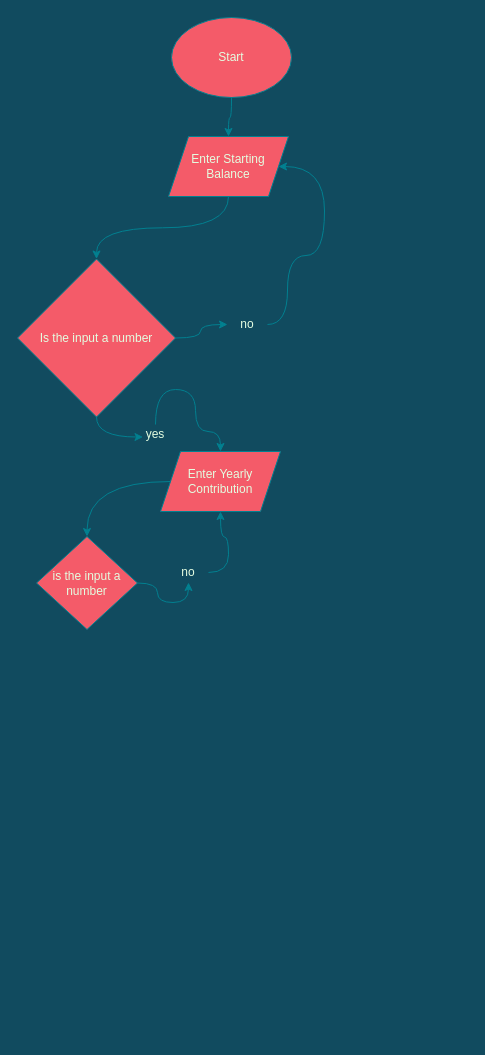
This is AdvFlowChart.drawio from WilsonTalentCenter/advpseudoflow-at1020, a draw.io file, before an edit. Source tidied: cells renumbered, new cells numbered last; positions are measured from the earlier drawing's top-left corner, leaving out a move shared by most shapes. Both pictures are drawn from the tidied source at 100%, with x=0, y=0 at pixel (17, 17).
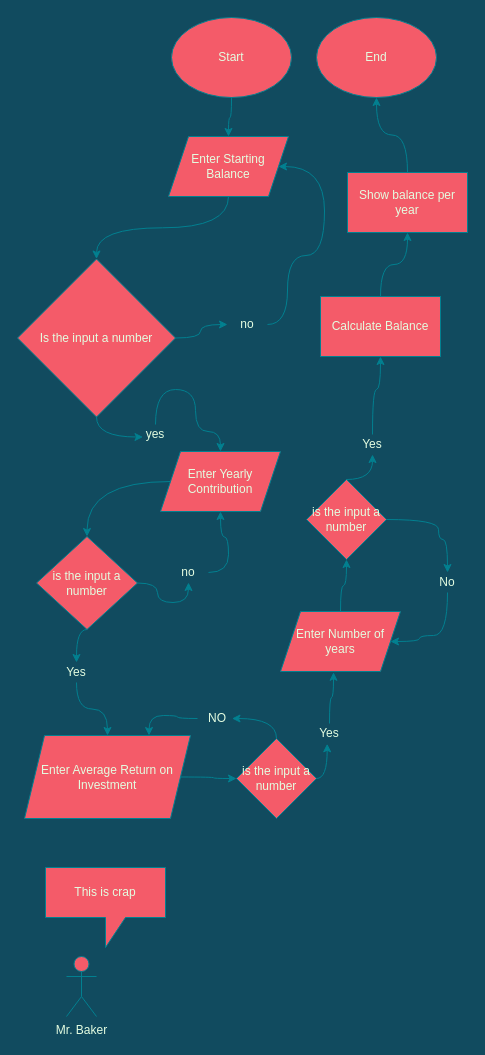
The same diagram, later.

Unchanged cells that the change refers to:
```xml
<mxCell id="12" value="is the input a number" style="rhombus;whiteSpace=wrap;html=1;strokeColor=#028090;fillColor=#F45B69;fontColor=#E4FDE1;" parent="1" vertex="1">
  <mxGeometry x="19" y="519" width="101" height="93" as="geometry" />
</mxCell>
```

The edit, as a diff of the source:
```diff
@@
+    <mxCell id="19" style="edgeStyle=orthogonalEdgeStyle;curved=1;rounded=1;jettySize=auto;html=1;exitX=0.5;exitY=1;exitDx=0;exitDy=0;entryX=0.5;entryY=0;entryDx=0;entryDy=0;strokeColor=#028090;fillColor=#F45B69;fontColor=#E4FDE1;" parent="1" edge="1" source="22" target="21">
+      <mxGeometry relative="1" as="geometry" />
+    </mxCell>
@@
+    <mxCell id="20" style="edgeStyle=orthogonalEdgeStyle;curved=1;rounded=1;jettySize=auto;html=1;exitX=1;exitY=0.5;exitDx=0;exitDy=0;entryX=0;entryY=0.5;entryDx=0;entryDy=0;strokeColor=#028090;fillColor=#F45B69;fontColor=#E4FDE1;" parent="1" edge="1" source="21" target="26">
+      <mxGeometry relative="1" as="geometry" />
+    </mxCell>
+    <mxCell id="21" value="Enter Average Return on Investment" style="shape=parallelogram;perimeter=parallelogramPerimeter;whiteSpace=wrap;html=1;fixedSize=1;strokeColor=#028090;fillColor=#F45B69;fontColor=#E4FDE1;" parent="1" vertex="1">
+      <mxGeometry x="7" y="718" width="166" height="83" as="geometry" />
+    </mxCell>
+    <mxCell id="22" value="Yes" style="text;html=1;strokeColor=none;fillColor=none;align=center;verticalAlign=middle;whiteSpace=wrap;rounded=0;fontColor=#E4FDE1;" parent="1" vertex="1">
+      <mxGeometry x="39" y="645" width="40" height="20" as="geometry" />
+    </mxCell>
+    <mxCell id="23" style="edgeStyle=orthogonalEdgeStyle;curved=1;rounded=1;jettySize=auto;html=1;exitX=0.5;exitY=1;exitDx=0;exitDy=0;entryX=0.5;entryY=0;entryDx=0;entryDy=0;strokeColor=#028090;fillColor=#F45B69;fontColor=#E4FDE1;" parent="1" edge="1" source="12" target="22">
+      <mxGeometry relative="1" as="geometry" />
+    </mxCell>
+    <mxCell id="24" style="edgeStyle=orthogonalEdgeStyle;curved=1;rounded=1;jettySize=auto;html=1;exitX=0;exitY=0.5;exitDx=0;exitDy=0;entryX=0.75;entryY=0;entryDx=0;entryDy=0;strokeColor=#028090;fillColor=#F45B69;fontColor=#E4FDE1;" parent="1" edge="1" source="31" target="21">
+      <mxGeometry relative="1" as="geometry" />
+    </mxCell>
+    <mxCell id="25" style="edgeStyle=orthogonalEdgeStyle;curved=1;rounded=1;jettySize=auto;html=1;exitX=0.5;exitY=0;exitDx=0;exitDy=0;entryX=0.442;entryY=1.013;entryDx=0;entryDy=0;entryPerimeter=0;strokeColor=#028090;fillColor=#F45B69;fontColor=#E4FDE1;" parent="1" edge="1" source="33" target="30">
+      <mxGeometry relative="1" as="geometry" />
+    </mxCell>
+    <mxCell id="26" value="is the input a number" style="rhombus;whiteSpace=wrap;html=1;strokeColor=#028090;fillColor=#F45B69;fontColor=#E4FDE1;" parent="1" vertex="1">
+      <mxGeometry x="219" y="721" width="80" height="80" as="geometry" />
+    </mxCell>
+    <mxCell id="27" value="Mr. Baker" style="shape=umlActor;verticalLabelPosition=bottom;verticalAlign=top;html=1;strokeColor=#028090;fillColor=#F45B69;fontColor=#E4FDE1;" parent="1" vertex="1">
+      <mxGeometry x="49" y="939" width="30" height="60" as="geometry" />
+    </mxCell>
+    <mxCell id="28" value="This is crap" style="shape=callout;whiteSpace=wrap;html=1;perimeter=calloutPerimeter;strokeColor=#028090;fillColor=#F45B69;fontColor=#E4FDE1;" parent="1" vertex="1">
+      <mxGeometry x="28" y="850" width="120" height="80" as="geometry" />
+    </mxCell>
+    <mxCell id="29" style="edgeStyle=orthogonalEdgeStyle;curved=1;rounded=1;jettySize=auto;html=1;exitX=0.5;exitY=0;exitDx=0;exitDy=0;entryX=0.5;entryY=1;entryDx=0;entryDy=0;strokeColor=#028090;fillColor=#F45B69;fontColor=#E4FDE1;" parent="1" edge="1" source="30" target="37">
+      <mxGeometry relative="1" as="geometry" />
+    </mxCell>
+    <mxCell id="30" value="Enter Number of years" style="shape=parallelogram;perimeter=parallelogramPerimeter;whiteSpace=wrap;html=1;fixedSize=1;strokeColor=#028090;fillColor=#F45B69;fontColor=#E4FDE1;" parent="1" vertex="1">
+      <mxGeometry x="263" y="594" width="120" height="60" as="geometry" />
+    </mxCell>
+    <mxCell id="31" value="NO" style="text;html=1;strokeColor=none;fillColor=none;align=center;verticalAlign=middle;whiteSpace=wrap;rounded=0;fontColor=#E4FDE1;" parent="1" vertex="1">
+      <mxGeometry x="180" y="691" width="40" height="20" as="geometry" />
+    </mxCell>
+    <mxCell id="32" style="edgeStyle=orthogonalEdgeStyle;curved=1;rounded=1;jettySize=auto;html=1;exitX=0.5;exitY=0;exitDx=0;exitDy=0;strokeColor=#028090;fillColor=#F45B69;fontColor=#E4FDE1;" parent="1" edge="1" source="26">
+      <mxGeometry relative="1" as="geometry">
+        <mxPoint x="214" y="701" as="targetPoint" />
+      </mxGeometry>
+    </mxCell>
+    <mxCell id="33" value="Yes" style="text;html=1;strokeColor=none;fillColor=none;align=center;verticalAlign=middle;whiteSpace=wrap;rounded=0;fontColor=#E4FDE1;" parent="1" vertex="1">
+      <mxGeometry x="292" y="706" width="40" height="20" as="geometry" />
+    </mxCell>
+    <mxCell id="34" style="edgeStyle=orthogonalEdgeStyle;curved=1;rounded=1;jettySize=auto;html=1;exitX=1;exitY=0.5;exitDx=0;exitDy=0;entryX=0.442;entryY=1.013;entryDx=0;entryDy=0;entryPerimeter=0;strokeColor=#028090;fillColor=#F45B69;fontColor=#E4FDE1;" parent="1" edge="1" source="26" target="33">
+      <mxGeometry relative="1" as="geometry" />
+    </mxCell>
+    <mxCell id="35" style="edgeStyle=orthogonalEdgeStyle;curved=1;rounded=1;jettySize=auto;html=1;exitX=0.5;exitY=1;exitDx=0;exitDy=0;entryX=1;entryY=0.5;entryDx=0;entryDy=0;strokeColor=#028090;fillColor=#F45B69;fontColor=#E4FDE1;" parent="1" edge="1" source="38" target="30">
+      <mxGeometry relative="1" as="geometry">
+        <Array as="points">
+          <mxPoint x="430" y="618" />
+          <mxPoint x="402" y="618" />
+          <mxPoint x="402" y="624" />
+        </Array>
+      </mxGeometry>
+    </mxCell>
+    <mxCell id="36" style="edgeStyle=orthogonalEdgeStyle;curved=1;rounded=1;jettySize=auto;html=1;exitX=0.5;exitY=0;exitDx=0;exitDy=0;entryX=0.5;entryY=1;entryDx=0;entryDy=0;strokeColor=#028090;fillColor=#F45B69;fontColor=#E4FDE1;" parent="1" edge="1" source="42" target="41">
+      <mxGeometry relative="1" as="geometry">
+        <Array as="points">
+          <mxPoint x="355" y="372" />
+        </Array>
+      </mxGeometry>
+    </mxCell>
+    <mxCell id="37" value="is the input a number" style="rhombus;whiteSpace=wrap;html=1;strokeColor=#028090;fillColor=#F45B69;fontColor=#E4FDE1;" parent="1" vertex="1">
+      <mxGeometry x="289" y="462" width="80" height="80" as="geometry" />
+    </mxCell>
+    <mxCell id="38" value="No" style="text;html=1;strokeColor=none;fillColor=none;align=center;verticalAlign=middle;whiteSpace=wrap;rounded=0;fontColor=#E4FDE1;" parent="1" vertex="1">
+      <mxGeometry x="410" y="555" width="40" height="20" as="geometry" />
+    </mxCell>
+    <mxCell id="39" style="edgeStyle=orthogonalEdgeStyle;curved=1;rounded=1;jettySize=auto;html=1;exitX=1;exitY=0.5;exitDx=0;exitDy=0;entryX=0.5;entryY=0;entryDx=0;entryDy=0;strokeColor=#028090;fillColor=#F45B69;fontColor=#E4FDE1;" parent="1" edge="1" source="37" target="38">
+      <mxGeometry relative="1" as="geometry">
+        <Array as="points">
+          <mxPoint x="421" y="502" />
+          <mxPoint x="421" y="522" />
+          <mxPoint x="430" y="522" />
+        </Array>
+      </mxGeometry>
+    </mxCell>
+    <mxCell id="40" style="edgeStyle=orthogonalEdgeStyle;curved=1;rounded=1;jettySize=auto;html=1;exitX=0.5;exitY=0;exitDx=0;exitDy=0;entryX=0.5;entryY=1;entryDx=0;entryDy=0;strokeColor=#028090;fillColor=#F45B69;fontColor=#E4FDE1;" parent="1" edge="1" source="41" target="45">
+      <mxGeometry relative="1" as="geometry" />
+    </mxCell>
+    <mxCell id="41" value="Calculate Balance" style="rounded=0;whiteSpace=wrap;html=1;strokeColor=#028090;fillColor=#F45B69;fontColor=#E4FDE1;" parent="1" vertex="1">
+      <mxGeometry x="303" y="279" width="120" height="60" as="geometry" />
+    </mxCell>
+    <mxCell id="42" value="Yes" style="text;html=1;strokeColor=none;fillColor=none;align=center;verticalAlign=middle;whiteSpace=wrap;rounded=0;fontColor=#E4FDE1;" parent="1" vertex="1">
+      <mxGeometry x="335" y="417" width="40" height="20" as="geometry" />
+    </mxCell>
+    <mxCell id="43" style="edgeStyle=orthogonalEdgeStyle;curved=1;rounded=1;jettySize=auto;html=1;exitX=0.5;exitY=0;exitDx=0;exitDy=0;entryX=0.5;entryY=1;entryDx=0;entryDy=0;strokeColor=#028090;fillColor=#F45B69;fontColor=#E4FDE1;" parent="1" edge="1" source="37" target="42">
+      <mxGeometry relative="1" as="geometry" />
+    </mxCell>
+    <mxCell id="44" style="edgeStyle=orthogonalEdgeStyle;curved=1;rounded=1;jettySize=auto;html=1;exitX=0.5;exitY=0;exitDx=0;exitDy=0;entryX=0.5;entryY=1;entryDx=0;entryDy=0;strokeColor=#028090;fillColor=#F45B69;fontColor=#E4FDE1;" parent="1" edge="1" source="45" target="46">
+      <mxGeometry relative="1" as="geometry" />
+    </mxCell>
+    <mxCell id="45" value="Show balance per year" style="rounded=0;whiteSpace=wrap;html=1;strokeColor=#028090;fillColor=#F45B69;fontColor=#E4FDE1;" parent="1" vertex="1">
+      <mxGeometry x="330" y="155" width="120" height="60" as="geometry" />
+    </mxCell>
+    <mxCell id="46" value="End" style="ellipse;whiteSpace=wrap;html=1;strokeColor=#028090;fillColor=#F45B69;fontColor=#E4FDE1;" parent="1" vertex="1">
+      <mxGeometry x="299" width="120" height="80" as="geometry" />
+    </mxCell>
```
